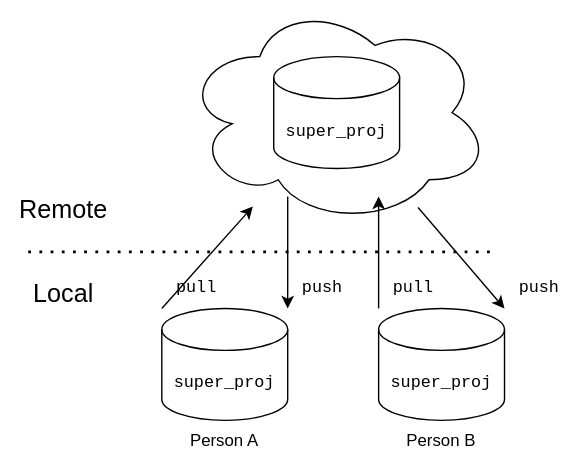
Above: img/git-remote-multiple-users.svg in lewzey/f26 (draw.io), before the change. Source tidied: cells renumbered, new cells last; positions are measured from the earlier drawing's top-left corner, leaving out a move shared by most shapes. The source it was exported from:
```xml
<mxGraphModel>
  <root>
    <mxCell id="0" />
    <mxCell id="1" parent="0" />
    <mxCell id="2" style="ellipse;shape=cloud;whiteSpace=wrap;html=1;" parent="1" vertex="1">
      <mxGeometry x="130" width="220" height="160" as="geometry" />
    </mxCell>
    <mxCell id="3" value="&lt;font face=&quot;Courier New&quot;&gt;super_proj&lt;/font&gt;" style="shape=cylinder3;whiteSpace=wrap;html=1;boundedLbl=1;backgroundOutline=1;size=15;" parent="1" vertex="1">
      <mxGeometry x="195" y="40" width="90" height="80" as="geometry" />
    </mxCell>
    <mxCell id="4" value="&lt;font face=&quot;Courier New&quot;&gt;super_proj&lt;/font&gt;" style="shape=cylinder3;whiteSpace=wrap;html=1;boundedLbl=1;backgroundOutline=1;size=15;" parent="1" vertex="1">
      <mxGeometry x="115" y="220" width="90" height="80" as="geometry" />
    </mxCell>
    <mxCell id="5" style="endArrow=none;dashed=1;html=1;dashPattern=1 3;strokeWidth=2;rounded=0;" parent="1" edge="1">
      <mxGeometry relative="1" as="geometry">
        <mxPoint x="20" y="180" as="sourcePoint" />
        <mxPoint x="350" y="180" as="targetPoint" />
      </mxGeometry>
    </mxCell>
    <mxCell id="6" style="endArrow=classic;html=1;rounded=0;" parent="1" edge="1" target="2">
      <mxGeometry relative="1" as="geometry">
        <mxPoint x="115" y="220" as="sourcePoint" />
      </mxGeometry>
    </mxCell>
    <mxCell id="7" style="endArrow=classic;html=1;rounded=0;" parent="1" edge="1">
      <mxGeometry relative="1" as="geometry">
        <mxPoint x="205" y="140" as="sourcePoint" />
        <mxPoint x="205" y="220" as="targetPoint" />
      </mxGeometry>
    </mxCell>
    <mxCell id="8" value="Remote" style="text;html=1;whiteSpace=wrap;strokeColor=none;fillColor=none;align=center;verticalAlign=middle;rounded=0;fontSize=18;" parent="1" vertex="1">
      <mxGeometry y="130" width="90" height="40" as="geometry" />
    </mxCell>
    <mxCell id="9" value="Local" style="text;html=1;whiteSpace=wrap;strokeColor=none;fillColor=none;align=center;verticalAlign=middle;rounded=0;fontSize=18;" parent="1" vertex="1">
      <mxGeometry x="10" y="190" width="70" height="40" as="geometry" />
    </mxCell>
    <mxCell id="10" value="&lt;span style=&quot;font-family: &amp;quot;Courier New&amp;quot;;&quot;&gt;pull&lt;/span&gt;" style="text;html=1;whiteSpace=wrap;strokeColor=none;fillColor=none;align=center;verticalAlign=middle;rounded=0;" parent="1" vertex="1">
      <mxGeometry x="115" y="190" width="50" height="30" as="geometry" />
    </mxCell>
    <mxCell id="11" value="&lt;span style=&quot;font-family: &amp;quot;Courier New&amp;quot;;&quot;&gt;push&lt;/span&gt;" style="text;html=1;whiteSpace=wrap;strokeColor=none;fillColor=none;align=center;verticalAlign=middle;rounded=0;" parent="1" vertex="1">
      <mxGeometry x="205" y="190" width="50" height="30" as="geometry" />
    </mxCell>
    <mxCell id="12" value="&lt;font face=&quot;Courier New&quot;&gt;super_proj&lt;/font&gt;" style="shape=cylinder3;whiteSpace=wrap;html=1;boundedLbl=1;backgroundOutline=1;size=15;" parent="1" vertex="1">
      <mxGeometry x="270" y="220" width="90" height="80" as="geometry" />
    </mxCell>
    <mxCell id="13" style="endArrow=classic;html=1;rounded=0;" parent="1" edge="1">
      <mxGeometry relative="1" as="geometry">
        <mxPoint x="270" y="220" as="sourcePoint" />
        <mxPoint x="270" y="140" as="targetPoint" />
      </mxGeometry>
    </mxCell>
    <mxCell id="14" style="endArrow=classic;html=1;rounded=0;" parent="1" edge="1" source="2">
      <mxGeometry relative="1" as="geometry">
        <mxPoint x="360" y="220" as="targetPoint" />
      </mxGeometry>
    </mxCell>
    <mxCell id="15" value="&lt;span style=&quot;font-family: &amp;quot;Courier New&amp;quot;;&quot;&gt;pull&lt;/span&gt;" style="text;html=1;whiteSpace=wrap;strokeColor=none;fillColor=none;align=center;verticalAlign=middle;rounded=0;" parent="1" vertex="1">
      <mxGeometry x="270" y="190" width="50" height="30" as="geometry" />
    </mxCell>
    <mxCell id="16" value="&lt;span style=&quot;font-family: &amp;quot;Courier New&amp;quot;;&quot;&gt;push&lt;/span&gt;" style="text;html=1;whiteSpace=wrap;strokeColor=none;fillColor=none;align=center;verticalAlign=middle;rounded=0;" parent="1" vertex="1">
      <mxGeometry x="360" y="190" width="50" height="30" as="geometry" />
    </mxCell>
    <mxCell id="17" value="Person A" style="text;html=1;whiteSpace=wrap;strokeColor=none;fillColor=none;align=center;verticalAlign=middle;rounded=0;" parent="1" vertex="1">
      <mxGeometry x="125" y="300" width="70" height="30" as="geometry" />
    </mxCell>
    <mxCell id="18" value="Person B" style="text;html=1;whiteSpace=wrap;strokeColor=none;fillColor=none;align=center;verticalAlign=middle;rounded=0;" parent="1" vertex="1">
      <mxGeometry x="280" y="300" width="70" height="30" as="geometry" />
    </mxCell>
  </root>
</mxGraphModel>
```
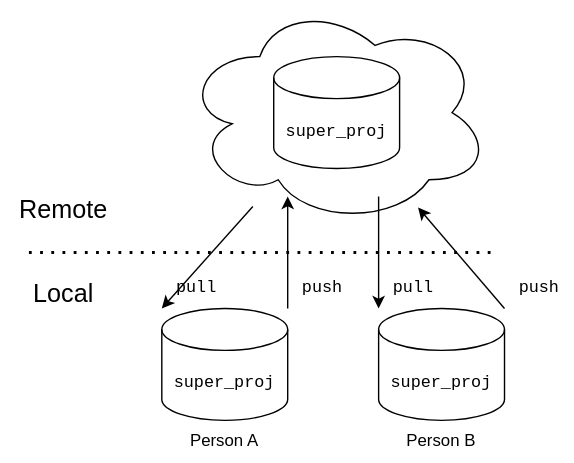
After the change.

The edit, as a diff of the source:
```diff
@@ -17,15 +17,15 @@
         <mxPoint x="350" y="180" as="targetPoint" />
       </mxGeometry>
     </mxCell>
-    <mxCell id="6" style="endArrow=classic;html=1;rounded=0;" parent="1" edge="1" target="2">
+    <mxCell id="6" style="endArrow=classic;html=1;rounded=0;" parent="1" edge="1" source="2">
       <mxGeometry relative="1" as="geometry">
-        <mxPoint x="115" y="220" as="sourcePoint" />
+        <mxPoint x="115" y="220" as="targetPoint" />
       </mxGeometry>
     </mxCell>
     <mxCell id="7" style="endArrow=classic;html=1;rounded=0;" parent="1" edge="1">
       <mxGeometry relative="1" as="geometry">
-        <mxPoint x="205" y="140" as="sourcePoint" />
-        <mxPoint x="205" y="220" as="targetPoint" />
+        <mxPoint x="205" y="220" as="sourcePoint" />
+        <mxPoint x="205" y="140" as="targetPoint" />
       </mxGeometry>
     </mxCell>
     <mxCell id="8" value="Remote" style="text;html=1;whiteSpace=wrap;strokeColor=none;fillColor=none;align=center;verticalAlign=middle;rounded=0;fontSize=18;" parent="1" vertex="1">
@@ -45,13 +45,13 @@
     </mxCell>
     <mxCell id="13" style="endArrow=classic;html=1;rounded=0;" parent="1" edge="1">
       <mxGeometry relative="1" as="geometry">
-        <mxPoint x="270" y="220" as="sourcePoint" />
-        <mxPoint x="270" y="140" as="targetPoint" />
+        <mxPoint x="270" y="140" as="sourcePoint" />
+        <mxPoint x="270" y="220" as="targetPoint" />
       </mxGeometry>
     </mxCell>
-    <mxCell id="14" style="endArrow=classic;html=1;rounded=0;" parent="1" edge="1" source="2">
+    <mxCell id="14" style="endArrow=classic;html=1;rounded=0;" parent="1" edge="1" target="2">
       <mxGeometry relative="1" as="geometry">
-        <mxPoint x="360" y="220" as="targetPoint" />
+        <mxPoint x="360" y="220" as="sourcePoint" />
       </mxGeometry>
     </mxCell>
     <mxCell id="15" value="&lt;span style=&quot;font-family: &amp;quot;Courier New&amp;quot;;&quot;&gt;pull&lt;/span&gt;" style="text;html=1;whiteSpace=wrap;strokeColor=none;fillColor=none;align=center;verticalAlign=middle;rounded=0;" parent="1" vertex="1">
```
